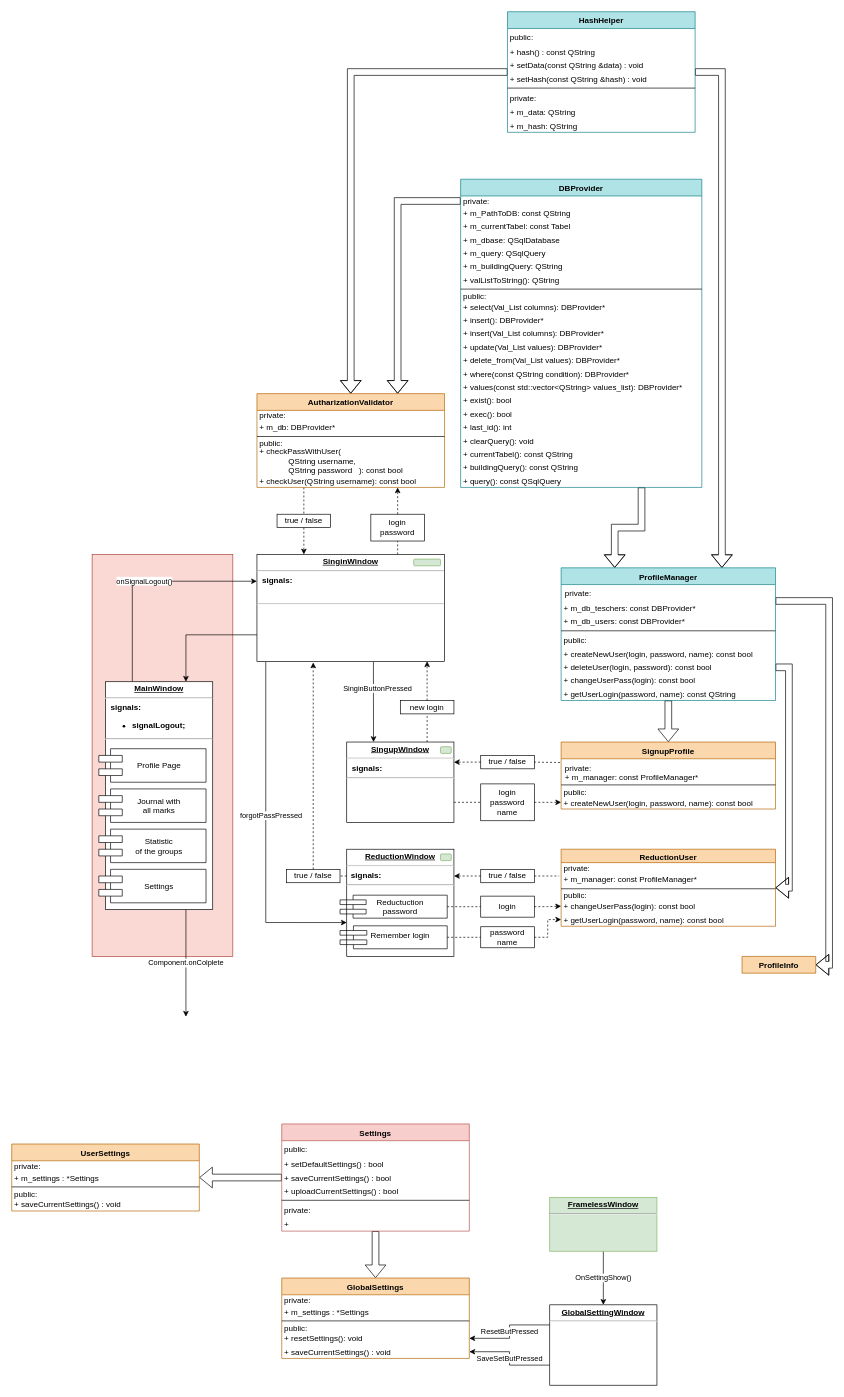
Before: page "Full project" (1 of 3) of Screenshots/Schemes.drawio in GRPilot/e-journal, a draw.io diagram. Source tidied: cells renumbered, new cells numbered last; positions are measured from the earlier drawing's top-left corner, leaving out a move shared by most shapes. Both pictures are drawn from the tidied source at 67%, with x=0, y=0 at pixel (11, 11).
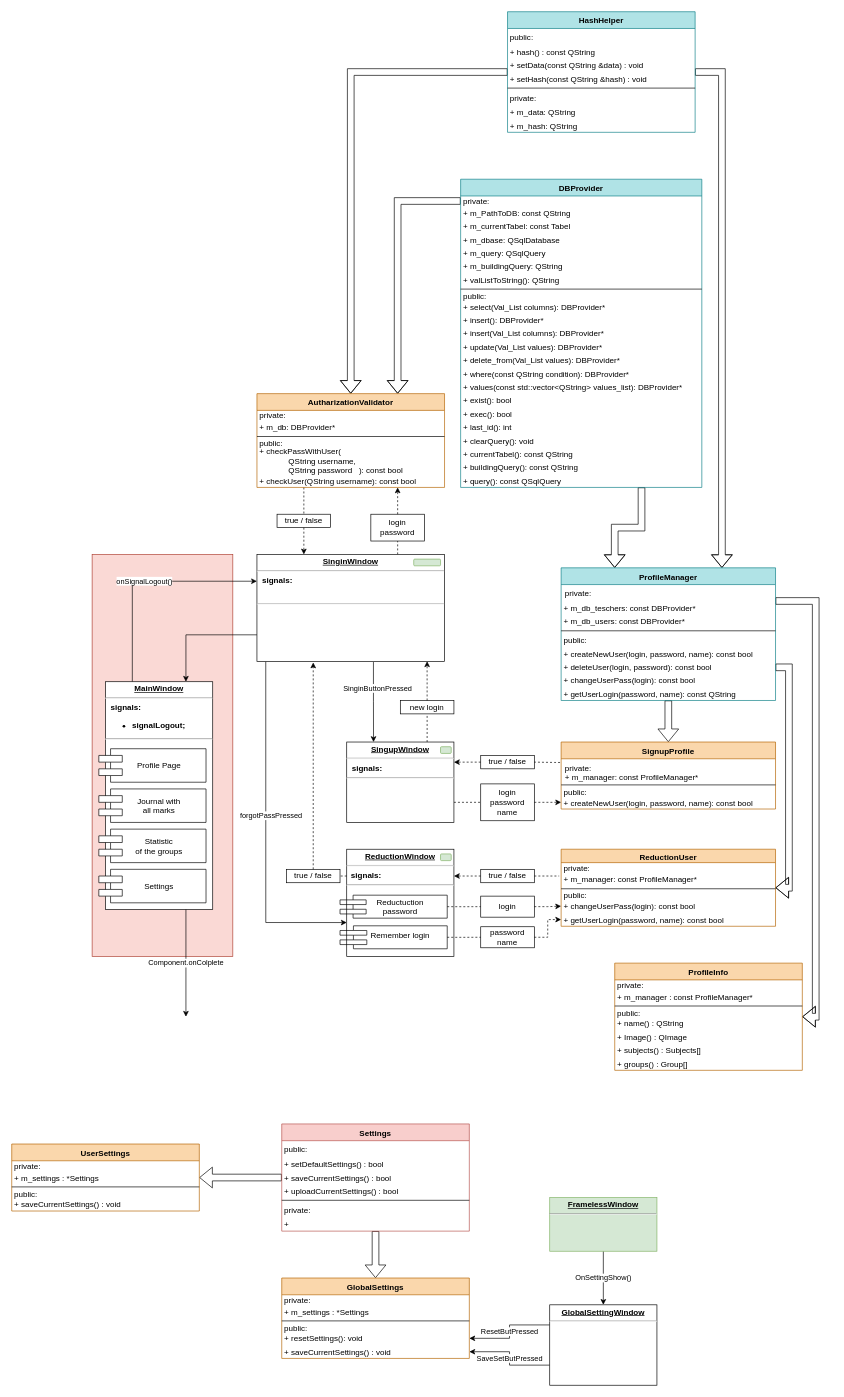
After the change.

Diff of the diagram source:
```diff
@@
-    <mxCell id="142" value="ProfileInfo" style="swimlane;fontStyle=1;align=center;verticalAlign=top;horizontal=1;startSize=25;fillColor=#fad7ac;strokeColor=#b46504;" parent="1" vertex="1" collapsed="1">
-      <mxGeometry x="1090" y="1410" width="110" height="25" as="geometry" />
-    </mxCell>
@@
+    <mxCell id="142" value="ProfileInfo" style="swimlane;fontStyle=1;align=center;verticalAlign=top;horizontal=1;startSize=25;fillColor=#fad7ac;strokeColor=#b46504;" parent="1" vertex="1">
+      <mxGeometry x="900" y="1420" width="280" height="160" as="geometry" />
+    </mxCell>
+    <mxCell id="153" value="private:" style="text;strokeColor=none;fillColor=none;align=left;verticalAlign=middle;spacingLeft=4;spacingRight=4;overflow=hidden;fontStyle=0;spacing=0;" parent="142" vertex="1">
+      <mxGeometry y="25" width="280" height="15" as="geometry" />
+    </mxCell>
+    <mxCell id="154" value="+ m_manager : const ProfileManager*" style="text;strokeColor=none;fillColor=none;align=left;verticalAlign=middle;spacingLeft=4;spacingRight=4;overflow=hidden;spacing=0;" parent="142" vertex="1">
+      <mxGeometry y="40" width="280" height="20" as="geometry" />
+    </mxCell>
+    <mxCell id="155" style="line;strokeWidth=1;fillColor=none;align=left;verticalAlign=middle;spacingTop=-1;spacingLeft=3;spacingRight=3;labelPosition=right;" parent="142" vertex="1">
+      <mxGeometry y="60" width="280" height="8" as="geometry" />
+    </mxCell>
+    <mxCell id="156" value="public:" style="text;strokeColor=none;fillColor=none;align=left;verticalAlign=middle;spacingLeft=4;spacingRight=4;overflow=hidden;spacing=0;" parent="142" vertex="1">
+      <mxGeometry y="68" width="280" height="12" as="geometry" />
+    </mxCell>
+    <mxCell id="157" value="+ name() : QString" style="text;strokeColor=none;fillColor=none;align=left;verticalAlign=middle;spacingLeft=4;spacingRight=4;overflow=hidden;spacing=0;" parent="142" vertex="1">
+      <mxGeometry y="80" width="280" height="20" as="geometry" />
+    </mxCell>
+    <mxCell id="158" value="+ Image() : QImage" style="text;strokeColor=none;fillColor=none;align=left;verticalAlign=middle;spacingLeft=4;spacingRight=4;overflow=hidden;spacing=0;" parent="142" vertex="1">
+      <mxGeometry y="100" width="280" height="20" as="geometry" />
+    </mxCell>
+    <mxCell id="159" value="+ subjects() : Subjects[]" style="text;strokeColor=none;fillColor=none;align=left;verticalAlign=middle;spacingLeft=4;spacingRight=4;overflow=hidden;spacing=0;" parent="142" vertex="1">
+      <mxGeometry y="120" width="280" height="20" as="geometry" />
+    </mxCell>
+    <mxCell id="160" value="+ groups() : Group[]" style="text;strokeColor=none;fillColor=none;align=left;verticalAlign=middle;spacingLeft=4;spacingRight=4;overflow=hidden;spacing=0;" parent="142" vertex="1">
+      <mxGeometry y="140" width="280" height="20" as="geometry" />
+    </mxCell>
```
